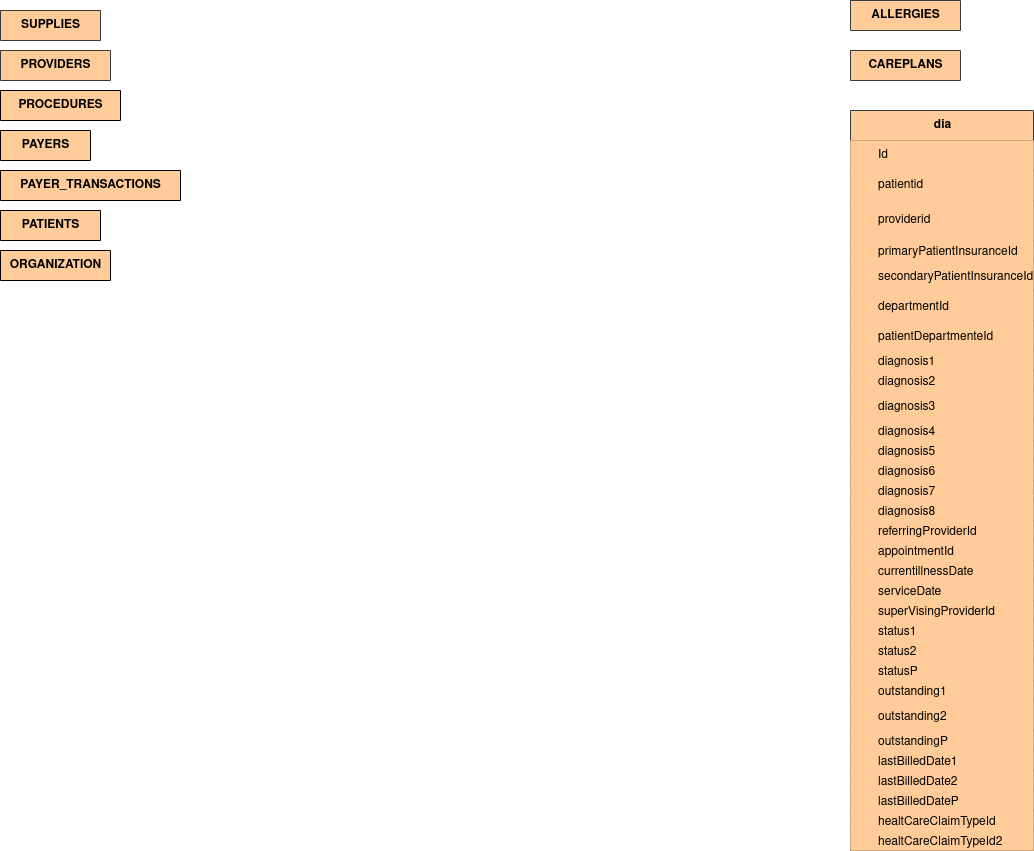
Before: BigDataProject.drawio.png, a diagram exported from draw.io (UtsuroNoArashi/BigDataProject). Source tidied: cells renumbered, new cells last; positions are measured from the earlier drawing's top-left corner, leaving out a move shared by most shapes.
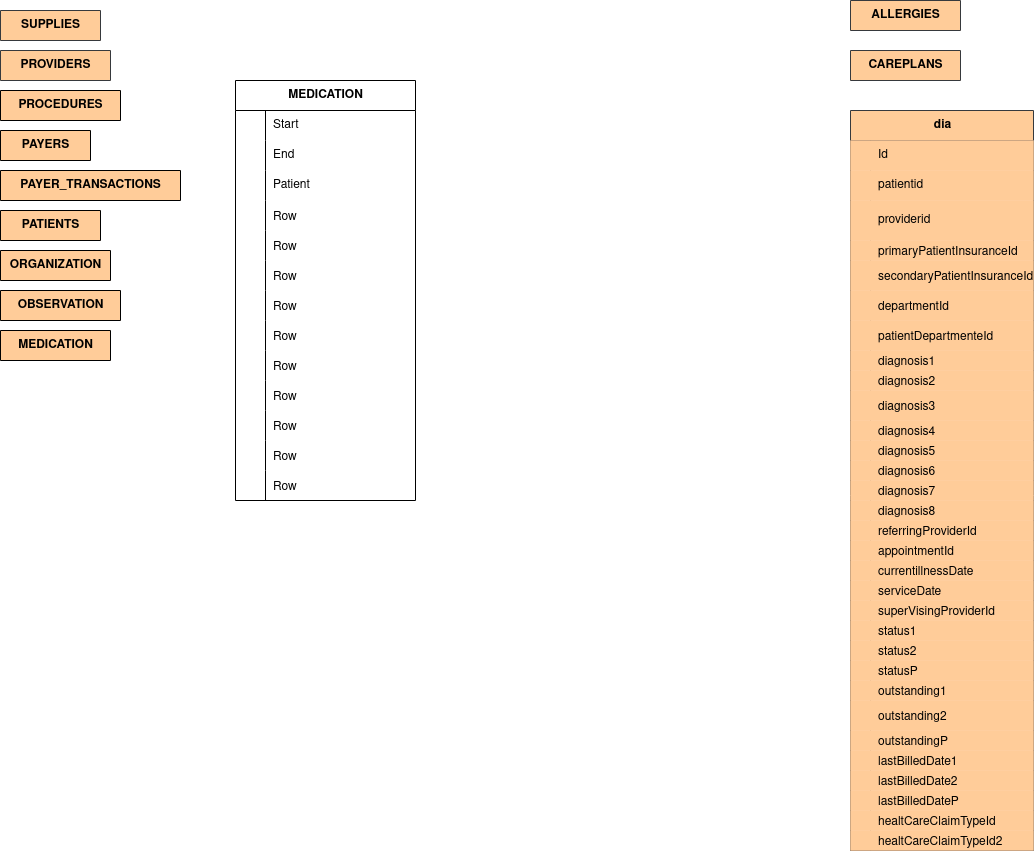
After the change.

The edit, as a diff of the source:
```diff
@@ -311,5 +311,131 @@
     <mxCell id="104" value="&lt;div&gt;ORGANIZATION&lt;/div&gt;" style="shape=table;startSize=30;rowLines=0;fontStyle=1;align=center;html=1;fontColor=light-dark(#000000,#000000);fillColor=light-dark(#FFCC99,#B98351);" parent="1" vertex="1" collapsed="1">
       <mxGeometry y="250" width="110" height="30" as="geometry" />
     </mxCell>
+    <mxCell id="105" value="OBSERVATION" style="shape=table;startSize=30;rowLines=0;fontStyle=1;align=center;html=1;fontColor=light-dark(#000000,#000000);fillColor=light-dark(#FFCC99,#B98351);" parent="1" vertex="1" collapsed="1">
+      <mxGeometry y="290" width="120" height="30" as="geometry" />
+    </mxCell>
+    <mxCell id="106" value="MEDICATION" style="shape=table;startSize=30;rowLines=0;fontStyle=1;align=center;html=1;fontColor=light-dark(#000000,#000000);fillColor=light-dark(#FFCC99,#B98351);" parent="1" vertex="1" collapsed="1">
+      <mxGeometry y="330" width="110" height="30" as="geometry" />
+    </mxCell>
+    <mxCell id="107" value="MEDICATION" style="shape=table;startSize=30;rowLines=0;fontStyle=1;align=center;html=1;" parent="1" vertex="1">
+      <mxGeometry x="235" y="80" width="180" height="420" as="geometry" />
+    </mxCell>
+    <mxCell id="108" style="shape=tableRow;horizontal=0;startSize=0;swimlaneHead=0;swimlaneBody=0;fillColor=none;top=0;left=0;right=0;bottom=0;" parent="107" vertex="1">
+      <mxGeometry y="30" width="180" height="30" as="geometry" />
+    </mxCell>
+    <mxCell id="109" style="shape=partialRectangle;fillColor=none;top=0;left=0;bottom=0;right=0;overflow=hidden;whiteSpace=wrap;html=1;" parent="108" vertex="1">
+      <mxGeometry width="30" height="30" as="geometry" />
+    </mxCell>
+    <mxCell id="110" value="Start" style="shape=partialRectangle;fillColor=none;top=0;left=0;bottom=0;right=0;align=left;spacingLeft=6;overflow=hidden;whiteSpace=wrap;html=1;" parent="108" vertex="1">
+      <mxGeometry x="30" width="150" height="30" as="geometry" />
+    </mxCell>
+    <mxCell id="111" style="shape=tableRow;horizontal=0;startSize=0;swimlaneHead=0;swimlaneBody=0;fillColor=none;top=0;left=0;right=0;bottom=0;" parent="107" vertex="1">
+      <mxGeometry y="60" width="180" height="30" as="geometry" />
+    </mxCell>
+    <mxCell id="112" style="shape=partialRectangle;fillColor=none;top=0;left=0;bottom=0;right=0;overflow=hidden;whiteSpace=wrap;html=1;" parent="111" vertex="1">
+      <mxGeometry width="30" height="30" as="geometry" />
+    </mxCell>
+    <mxCell id="113" value="End" style="shape=partialRectangle;fillColor=none;top=0;left=0;bottom=0;right=0;align=left;spacingLeft=6;overflow=hidden;whiteSpace=wrap;html=1;" parent="111" vertex="1">
+      <mxGeometry x="30" width="150" height="30" as="geometry" />
+    </mxCell>
+    <mxCell id="114" style="shape=tableRow;horizontal=0;startSize=0;swimlaneHead=0;swimlaneBody=0;fillColor=none;top=0;left=0;right=0;bottom=0;" parent="107" vertex="1">
+      <mxGeometry y="90" width="180" height="30" as="geometry" />
+    </mxCell>
+    <mxCell id="115" style="shape=partialRectangle;fillColor=none;top=0;left=0;bottom=0;right=0;overflow=hidden;whiteSpace=wrap;html=1;" parent="114" vertex="1">
+      <mxGeometry width="30" height="30" as="geometry" />
+    </mxCell>
+    <mxCell id="116" value="Patient" style="shape=partialRectangle;fillColor=none;top=0;left=0;bottom=0;right=0;align=left;spacingLeft=6;overflow=hidden;whiteSpace=wrap;html=1;" parent="114" vertex="1">
+      <mxGeometry x="30" width="150" height="30" as="geometry" />
+    </mxCell>
+    <mxCell id="117" style="shape=tableRow;horizontal=0;startSize=0;swimlaneHead=0;swimlaneBody=0;fillColor=none;top=0;left=0;right=0;bottom=0;" parent="107" vertex="1">
+      <mxGeometry y="120" width="180" height="30" as="geometry" />
+    </mxCell>
+    <mxCell id="118" style="shape=partialRectangle;fillColor=none;top=0;left=0;bottom=0;right=0;overflow=hidden;" parent="117" vertex="1">
+      <mxGeometry width="30" height="30" as="geometry" />
+    </mxCell>
+    <mxCell id="119" value="Row" style="shape=partialRectangle;fillColor=none;top=0;left=0;bottom=0;right=0;align=left;spacingLeft=6;overflow=hidden;" parent="117" vertex="1">
+      <mxGeometry x="30" width="150" height="30" as="geometry" />
+    </mxCell>
+    <mxCell id="120" style="shape=tableRow;horizontal=0;startSize=0;swimlaneHead=0;swimlaneBody=0;fillColor=none;top=0;left=0;right=0;bottom=0;" parent="107" vertex="1">
+      <mxGeometry y="150" width="180" height="30" as="geometry" />
+    </mxCell>
+    <mxCell id="121" style="shape=partialRectangle;fillColor=none;top=0;left=0;bottom=0;right=0;overflow=hidden;" parent="120" vertex="1">
+      <mxGeometry width="30" height="30" as="geometry" />
+    </mxCell>
+    <mxCell id="122" value="Row" style="shape=partialRectangle;fillColor=none;top=0;left=0;bottom=0;right=0;align=left;spacingLeft=6;overflow=hidden;" parent="120" vertex="1">
+      <mxGeometry x="30" width="150" height="30" as="geometry" />
+    </mxCell>
+    <mxCell id="123" style="shape=tableRow;horizontal=0;startSize=0;swimlaneHead=0;swimlaneBody=0;fillColor=none;top=0;left=0;right=0;bottom=0;" parent="107" vertex="1">
+      <mxGeometry y="180" width="180" height="30" as="geometry" />
+    </mxCell>
+    <mxCell id="124" style="shape=partialRectangle;fillColor=none;top=0;left=0;bottom=0;right=0;overflow=hidden;" parent="123" vertex="1">
+      <mxGeometry width="30" height="30" as="geometry" />
+    </mxCell>
+    <mxCell id="125" value="Row" style="shape=partialRectangle;fillColor=none;top=0;left=0;bottom=0;right=0;align=left;spacingLeft=6;overflow=hidden;" parent="123" vertex="1">
+      <mxGeometry x="30" width="150" height="30" as="geometry" />
+    </mxCell>
+    <mxCell id="126" style="shape=tableRow;horizontal=0;startSize=0;swimlaneHead=0;swimlaneBody=0;fillColor=none;top=0;left=0;right=0;bottom=0;" parent="107" vertex="1">
+      <mxGeometry y="210" width="180" height="30" as="geometry" />
+    </mxCell>
+    <mxCell id="127" style="shape=partialRectangle;fillColor=none;top=0;left=0;bottom=0;right=0;overflow=hidden;" parent="126" vertex="1">
+      <mxGeometry width="30" height="30" as="geometry" />
+    </mxCell>
+    <mxCell id="128" value="Row" style="shape=partialRectangle;fillColor=none;top=0;left=0;bottom=0;right=0;align=left;spacingLeft=6;overflow=hidden;" parent="126" vertex="1">
+      <mxGeometry x="30" width="150" height="30" as="geometry" />
+    </mxCell>
+    <mxCell id="129" style="shape=tableRow;horizontal=0;startSize=0;swimlaneHead=0;swimlaneBody=0;fillColor=none;top=0;left=0;right=0;bottom=0;" parent="107" vertex="1">
+      <mxGeometry y="240" width="180" height="30" as="geometry" />
+    </mxCell>
+    <mxCell id="130" style="shape=partialRectangle;fillColor=none;top=0;left=0;bottom=0;right=0;overflow=hidden;" parent="129" vertex="1">
+      <mxGeometry width="30" height="30" as="geometry" />
+    </mxCell>
+    <mxCell id="131" value="Row" style="shape=partialRectangle;fillColor=none;top=0;left=0;bottom=0;right=0;align=left;spacingLeft=6;overflow=hidden;" parent="129" vertex="1">
+      <mxGeometry x="30" width="150" height="30" as="geometry" />
+    </mxCell>
+    <mxCell id="132" style="shape=tableRow;horizontal=0;startSize=0;swimlaneHead=0;swimlaneBody=0;fillColor=none;top=0;left=0;right=0;bottom=0;" parent="107" vertex="1">
+      <mxGeometry y="270" width="180" height="30" as="geometry" />
+    </mxCell>
+    <mxCell id="133" style="shape=partialRectangle;fillColor=none;top=0;left=0;bottom=0;right=0;overflow=hidden;" parent="132" vertex="1">
+      <mxGeometry width="30" height="30" as="geometry" />
+    </mxCell>
+    <mxCell id="134" value="Row" style="shape=partialRectangle;fillColor=none;top=0;left=0;bottom=0;right=0;align=left;spacingLeft=6;overflow=hidden;" parent="132" vertex="1">
+      <mxGeometry x="30" width="150" height="30" as="geometry" />
+    </mxCell>
+    <mxCell id="135" style="shape=tableRow;horizontal=0;startSize=0;swimlaneHead=0;swimlaneBody=0;fillColor=none;top=0;left=0;right=0;bottom=0;" parent="107" vertex="1">
+      <mxGeometry y="300" width="180" height="30" as="geometry" />
+    </mxCell>
+    <mxCell id="136" style="shape=partialRectangle;fillColor=none;top=0;left=0;bottom=0;right=0;overflow=hidden;" parent="135" vertex="1">
+      <mxGeometry width="30" height="30" as="geometry" />
+    </mxCell>
+    <mxCell id="137" value="Row" style="shape=partialRectangle;fillColor=none;top=0;left=0;bottom=0;right=0;align=left;spacingLeft=6;overflow=hidden;" parent="135" vertex="1">
+      <mxGeometry x="30" width="150" height="30" as="geometry" />
+    </mxCell>
+    <mxCell id="138" style="shape=tableRow;horizontal=0;startSize=0;swimlaneHead=0;swimlaneBody=0;fillColor=none;top=0;left=0;right=0;bottom=0;" parent="107" vertex="1">
+      <mxGeometry y="330" width="180" height="30" as="geometry" />
+    </mxCell>
+    <mxCell id="139" style="shape=partialRectangle;fillColor=none;top=0;left=0;bottom=0;right=0;overflow=hidden;" parent="138" vertex="1">
+      <mxGeometry width="30" height="30" as="geometry" />
+    </mxCell>
+    <mxCell id="140" value="Row" style="shape=partialRectangle;fillColor=none;top=0;left=0;bottom=0;right=0;align=left;spacingLeft=6;overflow=hidden;" parent="138" vertex="1">
+      <mxGeometry x="30" width="150" height="30" as="geometry" />
+    </mxCell>
+    <mxCell id="141" style="shape=tableRow;horizontal=0;startSize=0;swimlaneHead=0;swimlaneBody=0;fillColor=none;top=0;left=0;right=0;bottom=0;" parent="107" vertex="1">
+      <mxGeometry y="360" width="180" height="30" as="geometry" />
+    </mxCell>
+    <mxCell id="142" style="shape=partialRectangle;fillColor=none;top=0;left=0;bottom=0;right=0;overflow=hidden;" parent="141" vertex="1">
+      <mxGeometry width="30" height="30" as="geometry" />
+    </mxCell>
+    <mxCell id="143" value="Row" style="shape=partialRectangle;fillColor=none;top=0;left=0;bottom=0;right=0;align=left;spacingLeft=6;overflow=hidden;" parent="141" vertex="1">
+      <mxGeometry x="30" width="150" height="30" as="geometry" />
+    </mxCell>
+    <mxCell id="144" style="shape=tableRow;horizontal=0;startSize=0;swimlaneHead=0;swimlaneBody=0;fillColor=none;top=0;left=0;right=0;bottom=0;" parent="107" vertex="1">
+      <mxGeometry y="390" width="180" height="30" as="geometry" />
+    </mxCell>
+    <mxCell id="145" style="shape=partialRectangle;fillColor=none;top=0;left=0;bottom=0;right=0;overflow=hidden;" parent="144" vertex="1">
+      <mxGeometry width="30" height="30" as="geometry" />
+    </mxCell>
+    <mxCell id="146" value="Row" style="shape=partialRectangle;fillColor=none;top=0;left=0;bottom=0;right=0;align=left;spacingLeft=6;overflow=hidden;" parent="144" vertex="1">
+      <mxGeometry x="30" width="150" height="30" as="geometry" />
+    </mxCell>
   </root>
 </mxGraphModel>
```
